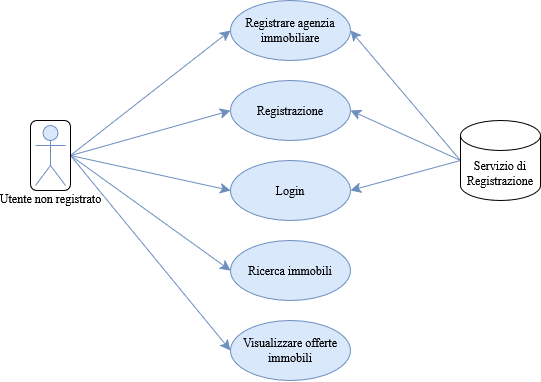
The draw.io diagram diagrammi/UseCase-Utente non registrato.drawio.png in Sperob98/Documentazione-DietiEstates25, before a commit. Source tidied: cells renumbered, new cells last; positions are measured from the earlier drawing's top-left corner, leaving out a move shared by most shapes.
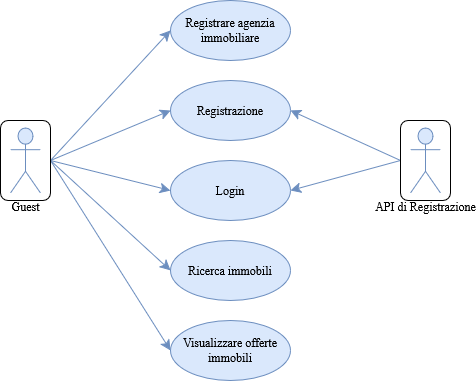
The same diagram one commit later.

Change to the diagram source:
```diff
@@ -29,26 +29,26 @@
     <mxCell id="10" value="Visualizzare offerte immobili" style="ellipse;whiteSpace=wrap;html=1;rounded=0;fillColor=#dae8fc;strokeColor=#6c8ebf;" parent="1" vertex="1">
       <mxGeometry x="200" y="320" width="120" height="60" as="geometry" />
     </mxCell>
-    <mxCell id="11" style="edgeStyle=none;curved=1;rounded=0;jettySize=auto;html=1;exitX=0;exitY=0.5;exitDx=0;exitDy=0;exitPerimeter=0;entryX=1;entryY=0.5;entryDx=0;entryDy=0;fontSize=12;startSize=8;endSize=8;fillColor=#dae8fc;strokeColor=#6c8ebf;" parent="1" edge="1" source="14" target="6">
-      <mxGeometry relative="1" as="geometry" />
-    </mxCell>
-    <mxCell id="12" style="edgeStyle=none;curved=1;rounded=0;jettySize=auto;html=1;exitX=0;exitY=0.5;exitDx=0;exitDy=0;exitPerimeter=0;entryX=1;entryY=0.5;entryDx=0;entryDy=0;fontSize=12;startSize=8;endSize=8;fillColor=#dae8fc;strokeColor=#6c8ebf;" parent="1" edge="1" source="14" target="7">
+    <mxCell id="12" style="edgeStyle=none;curved=1;rounded=0;jettySize=auto;html=1;exitX=0;exitY=0.5;exitDx=0;exitDy=0;entryX=1;entryY=0.5;entryDx=0;entryDy=0;fontSize=12;startSize=8;endSize=8;fillColor=#dae8fc;strokeColor=#6c8ebf;" parent="1" edge="1" source="18" target="7">
       <mxGeometry relative="1" as="geometry" />
     </mxCell>
-    <mxCell id="13" style="edgeStyle=none;curved=1;rounded=0;jettySize=auto;html=1;exitX=0;exitY=0.5;exitDx=0;exitDy=0;exitPerimeter=0;entryX=1;entryY=0.5;entryDx=0;entryDy=0;fontSize=12;startSize=8;endSize=8;fillColor=#dae8fc;strokeColor=#6c8ebf;" parent="1" edge="1" source="14" target="8">
+    <mxCell id="13" style="edgeStyle=none;curved=1;rounded=0;jettySize=auto;html=1;entryX=1;entryY=0.5;entryDx=0;entryDy=0;fontSize=12;startSize=8;endSize=8;fillColor=#dae8fc;strokeColor=#6c8ebf;exitX=0;exitY=0.5;exitDx=0;exitDy=0;" parent="1" edge="1" source="18" target="8">
       <mxGeometry relative="1" as="geometry" />
     </mxCell>
-    <mxCell id="14" value="Servizio di Registrazione" style="shape=cylinder3;whiteSpace=wrap;html=1;boundedLbl=1;backgroundOutline=1;size=15;rounded=0;" parent="1" vertex="1">
-      <mxGeometry x="430" y="120" width="80" height="80" as="geometry" />
-    </mxCell>
     <mxCell id="15" style="edgeStyle=none;curved=1;rounded=0;jettySize=auto;html=1;exitX=1;exitY=0.5;exitDx=0;exitDy=0;fontSize=12;startSize=8;endSize=8;entryX=0;entryY=0.5;entryDx=0;entryDy=0;fillColor=#dae8fc;strokeColor=#6c8ebf;" parent="1" edge="1" source="16" target="9">
       <mxGeometry relative="1" as="geometry" />
     </mxCell>
     <mxCell id="16" style="rounded=1;whiteSpace=wrap;html=1;" parent="1" vertex="1">
-      <mxGeometry y="120" width="40" height="70" as="geometry" />
+      <mxGeometry x="30" y="120" width="50" height="80" as="geometry" />
     </mxCell>
-    <mxCell id="17" value="Utente non registrato" style="shape=umlActor;verticalLabelPosition=bottom;verticalAlign=top;html=1;rounded=0;fillColor=#dae8fc;strokeColor=#6c8ebf;" parent="1" vertex="1">
-      <mxGeometry x="5" y="125" width="30" height="60" as="geometry" />
+    <mxCell id="17" value="Guest" style="shape=umlActor;verticalLabelPosition=bottom;verticalAlign=top;html=1;rounded=0;fillColor=#dae8fc;strokeColor=#6c8ebf;" parent="1" vertex="1">
+      <mxGeometry x="40" y="127.5" width="30" height="65" as="geometry" />
     </mxCell>
+    <mxCell id="18" style="rounded=1;whiteSpace=wrap;html=1;" parent="1" vertex="1">
+      <mxGeometry x="430" y="120" width="50" height="80" as="geometry" />
+    </mxCell>
+    <mxCell id="19" value="API di Registrazione" style="shape=umlActor;verticalLabelPosition=bottom;verticalAlign=top;html=1;rounded=0;fillColor=#dae8fc;strokeColor=#6c8ebf;" parent="1" vertex="1">
+      <mxGeometry x="440" y="127.5" width="30" height="65" as="geometry" />
+    </mxCell>
   </root>
 </mxGraphModel>
```
